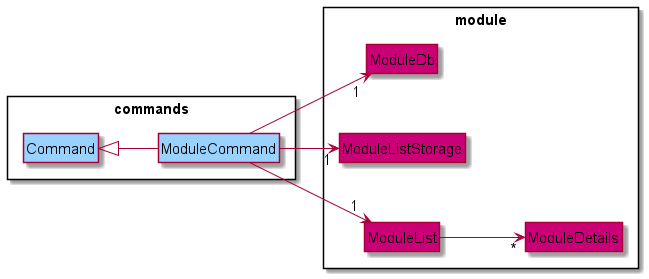
shyamgj1900/tp keeps this PlantUML diagram as docs/assets/images/ModuleClassDiagram.png. Above is the earlier version. Source of this version:
```plantuml
@startuml

!include Style.puml

hide circle
hide empty methods
hide empty attributes

left to right direction

package module <<Rectangle>> {
    class ModuleDb MODULE_COLOR
    class ModuleListStorage MODULE_COLOR
    class ModuleList MODULE_COLOR
    class ModuleDetails MODULE_COLOR
}

package commands <<Rectangle>> {
    class Command COMMANDS_COLOR
    class ModuleCommand COMMANDS_COLOR
}


Command ^-- ModuleCommand
ModuleCommand --> "1" ModuleDb
ModuleCommand --> "1" ModuleListStorage
ModuleCommand --> "1" ModuleList
ModuleList --> "*" ModuleDetails
@enduml
```
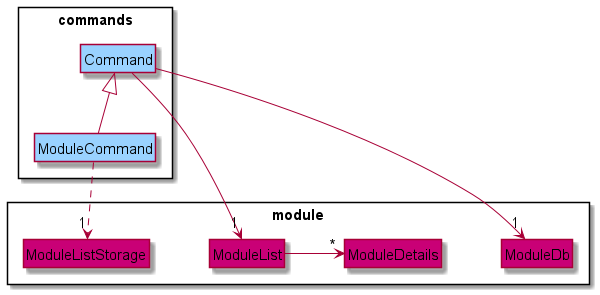
The same file after the commit.

Commit message:
Add description for Module class diagram

What changed in the source:
```diff
@@ -6,7 +6,6 @@
 hide empty methods
 hide empty attributes
 
-left to right direction
 
 package module <<Rectangle>> {
     class ModuleDb MODULE_COLOR
@@ -22,8 +21,8 @@
 
 
 Command ^-- ModuleCommand
-ModuleCommand --> "1" ModuleDb
-ModuleCommand --> "1" ModuleListStorage
-ModuleCommand --> "1" ModuleList
-ModuleList --> "*" ModuleDetails
+Command --> "1" ModuleDb
+ModuleCommand ..> "1" ModuleListStorage
+Command -> "1" ModuleList
+ModuleList -> "*" ModuleDetails
 @enduml
```
